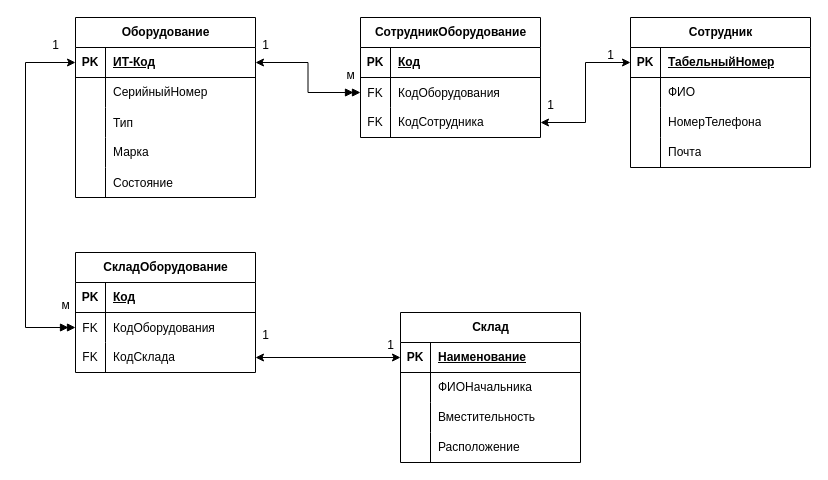
Vlad-Efremovv/practice keeps this draw.io diagram as page "1норм" (2 of 2) of Диаграмма без названия.drawio. Above is the earlier version. Source tidied: cells renumbered, new cells numbered last; positions are measured from the earlier drawing's top-left corner, leaving out a move shared by most shapes. Both pictures are drawn from the tidied source at 100%, with x=0, y=0 at pixel (25, 17).
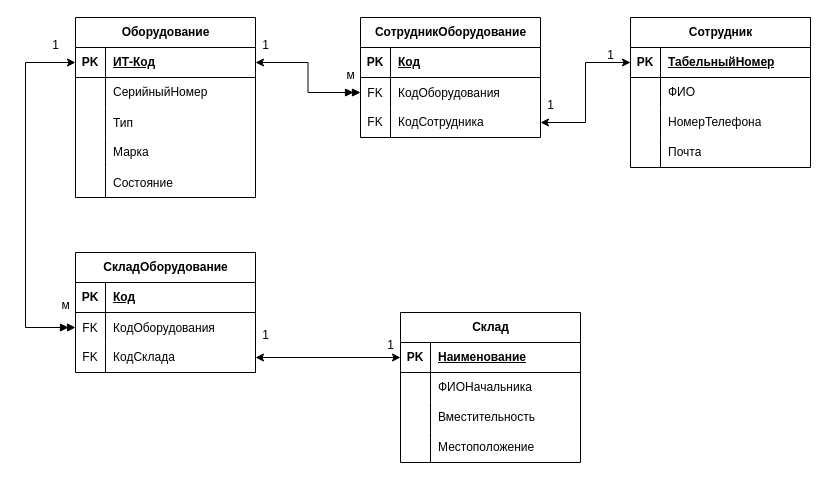
Above is the later version.

Unchanged cells that the change refers to:
```xml
<mxCell id="41" style="shape=tableRow;horizontal=0;startSize=0;swimlaneHead=0;swimlaneBody=0;fillColor=none;top=0;left=0;right=0;bottom=0;" parent="31" vertex="1">
  <mxGeometry y="120" width="180" height="30" as="geometry" />
</mxCell>
```

Change to the diagram source:
```diff
@@
-    <mxCell id="43" value="Расположение" style="shape=partialRectangle;fillColor=none;top=0;left=0;bottom=0;right=0;align=left;spacingLeft=6;fontStyle=0;overflow=hidden;whiteSpace=wrap;html=1;" parent="41" vertex="1">
+    <mxCell id="43" value="Местоположение" style="shape=partialRectangle;fillColor=none;top=0;left=0;bottom=0;right=0;align=left;spacingLeft=6;fontStyle=0;overflow=hidden;whiteSpace=wrap;html=1;" parent="41" vertex="1">
       <mxGeometry x="30" width="150" height="30" as="geometry" />
     </mxCell>
```
